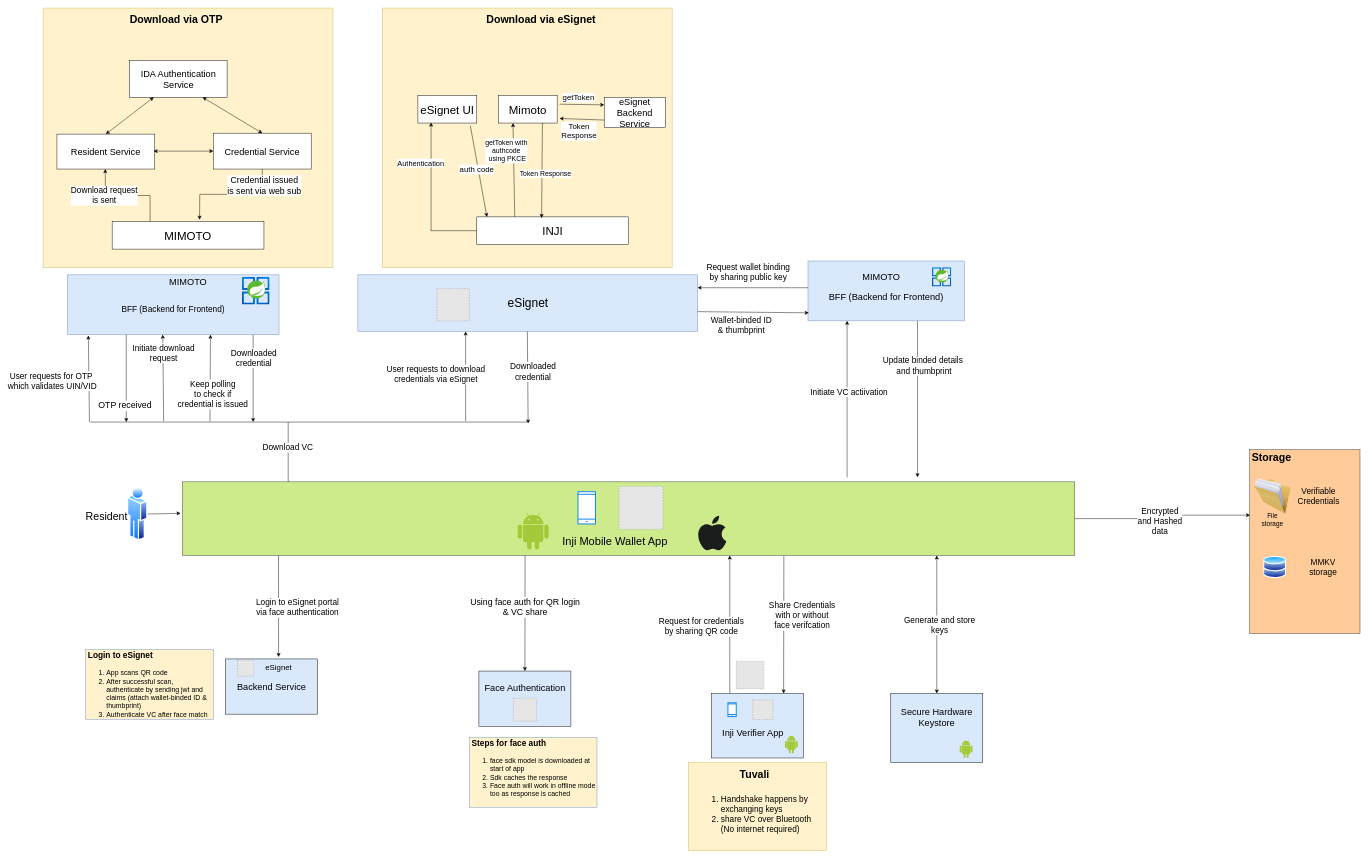
Before: docs/_images/Inji_Arch.drawio in mosip/documentation, a draw.io diagram. Source tidied: cells renumbered, new cells numbered last; positions are measured from the earlier drawing's top-left corner, leaving out a move shared by most shapes. Both pictures are drawn from the tidied source at 46%, with x=0, y=0 at pixel (43, 8). Pictures stored in the file or linked from it are replaced by grey dashed boxes.
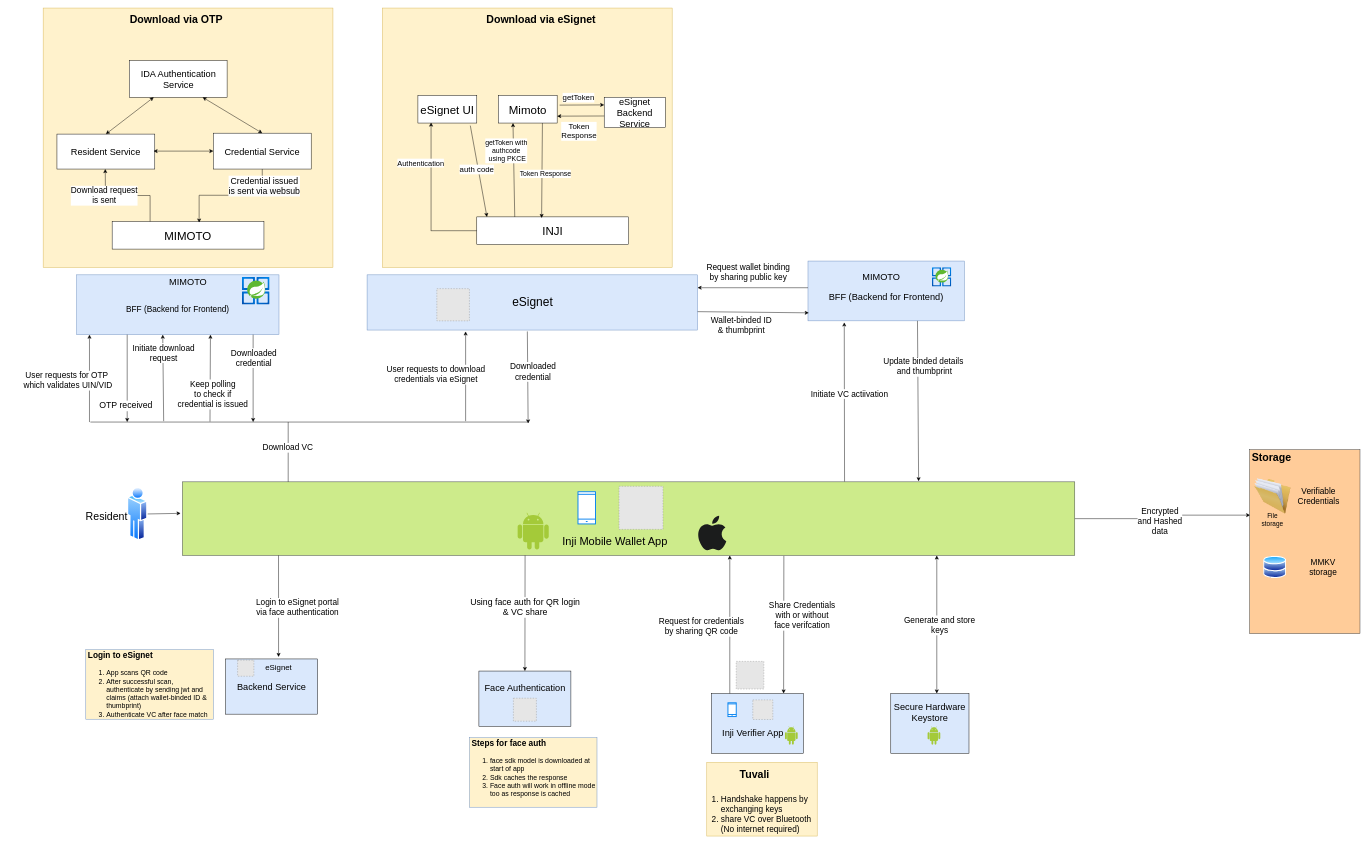
The same page after the edit.

Unchanged cells that the change refers to:
```xml
<mxCell id="4" style="rounded=0;whiteSpace=wrap;html=1;fillColor=#cdeb8b;strokeColor=#36393d;" parent="1" vertex="1">
  <mxGeometry x="303" y="1030" width="1940" height="160" as="geometry" />
</mxCell>
<mxCell id="26" value="&lt;font style=&quot;font-size: 20px;&quot;&gt;&lt;br&gt;BFF (Backend for Frontend)&lt;/font&gt;" style="rounded=0;whiteSpace=wrap;html=1;align=center;fillColor=#dae8fc;strokeColor=#6c8ebf;" parent="1" vertex="1">
  <mxGeometry x="1663" y="550" width="340" height="130" as="geometry" />
</mxCell>
<mxCell id="73" value="Mimoto" style="rounded=0;whiteSpace=wrap;html=1;fontSize=25;" parent="1" vertex="1">
  <mxGeometry x="989.7" y="190" width="128" height="60" as="geometry" />
</mxCell>
<mxCell id="74" value="eSignet Backend Service" style="rounded=0;whiteSpace=wrap;html=1;fontSize=20;" parent="1" vertex="1">
  <mxGeometry x="1220" y="194" width="133" height="66" as="geometry" />
</mxCell>
<mxCell id="88" value="&lt;font style=&quot;font-size: 20px;&quot;&gt;Credential Service&lt;/font&gt;" style="rounded=0;whiteSpace=wrap;html=1;align=center;" parent="1" vertex="1">
  <mxGeometry x="370.3" y="272" width="212.7" height="78" as="geometry" />
</mxCell>
<mxCell id="89" value="MIMOTO" style="rounded=0;whiteSpace=wrap;html=1;fontSize=25;" parent="1" vertex="1">
  <mxGeometry x="150.3" y="464" width="330" height="60" as="geometry" />
</mxCell>
```

Change to the diagram source:
```diff
@@
     <mxCell id="7" value="&lt;font style=&quot;font-size: 18px;&quot;&gt;&lt;br&gt;BFF (Backend for Frontend)&lt;/font&gt;" style="rounded=0;whiteSpace=wrap;html=1;align=center;fillColor=#dae8fc;strokeColor=#6c8ebf;" parent="1" vertex="1">
-      <mxGeometry x="53" y="580" width="460" height="130" as="geometry" />
+      <mxGeometry x="73" y="580" width="440" height="130" as="geometry" />
     </mxCell>
@@
     <mxCell id="9" value="&lt;span style=&quot;font-size: 26px;&quot;&gt;eSignet&lt;/span&gt;" style="rounded=0;whiteSpace=wrap;html=1;align=center;fillColor=#dae8fc;strokeColor=#6c8ebf;" parent="1" vertex="1">
-      <mxGeometry x="684.5" y="580" width="738.5" height="123" as="geometry" />
+      <mxGeometry x="704.5" y="580" width="718.5" height="120" as="geometry" />
     </mxCell>
@@
-    <mxCell id="16" style="endArrow=classic;html=1;rounded=0;entryX=0.099;entryY=1.015;entryDx=0;entryDy=0;entryPerimeter=0;" parent="1" edge="1" target="7">
+    <mxCell id="16" style="endArrow=classic;html=1;rounded=0;" parent="1" edge="1">
       <mxGeometry x="1" y="-534" relative="1" as="geometry">
         <mxPoint x="101" y="900" as="sourcePoint" />
+        <mxPoint x="101" y="710" as="targetPoint" />
         <mxPoint x="-92" y="-300" as="offset" />
       </mxGeometry>
     </mxCell>
     <mxCell id="17" value="User requests for OTP&amp;nbsp;&lt;br&gt;which validates&amp;nbsp;UIN/VID" style="edgeLabel;html=1;align=center;verticalAlign=middle;fontSize=18;" parent="16" vertex="1">
       <mxGeometry x="-0.04" relative="1" as="geometry">
-        <mxPoint x="-80" as="offset" />
+        <mxPoint x="-48" as="offset" />
       </mxGeometry>
     </mxCell>
@@
-    <mxCell id="28" style="endArrow=classic;html=1;rounded=0;entryX=0.25;entryY=1;entryDx=0;entryDy=0;" parent="1" edge="1" target="26">
+    <mxCell id="28" style="endArrow=classic;html=1;rounded=0;entryX=0.232;entryY=1.026;entryDx=0;entryDy=0;exitX=0.742;exitY=-0.004;exitDx=0;exitDy=0;exitPerimeter=0;entryPerimeter=0;" parent="1" edge="1" source="4" target="26">
       <mxGeometry x="1" y="-533" relative="1" as="geometry">
-        <mxPoint x="1748" y="1020" as="sourcePoint" />
         <mxPoint x="-91" y="-300" as="offset" />
       </mxGeometry>
     </mxCell>
@@
-    <mxCell id="33" value="&lt;font style=&quot;font-size: 18px;&quot;&gt;Update binded details&amp;nbsp;&lt;br style=&quot;border-color: var(--border-color);&quot;&gt;and thumbprint&lt;/font&gt;" style="endArrow=classic;html=1;rounded=0;" parent="1" edge="1">
+    <mxCell id="33" value="&lt;font style=&quot;font-size: 18px;&quot;&gt;Update binded details&amp;nbsp;&lt;br style=&quot;border-color: var(--border-color);&quot;&gt;and thumbprint&lt;/font&gt;" style="endArrow=classic;html=1;rounded=0;entryX=0.825;entryY=-0.008;entryDx=0;entryDy=0;entryPerimeter=0;" parent="1" edge="1" target="4">
       <mxGeometry x="-0.42" y="13" relative="1" as="geometry">
         <mxPoint x="1901" y="680" as="sourcePoint" />
-        <mxPoint x="1901" y="1020" as="targetPoint" />
         <mxPoint x="1" y="-1" as="offset" />
       </mxGeometry>
     </mxCell>
@@
     <mxCell id="37" style="rounded=0;whiteSpace=wrap;html=1;fillColor=#DAE8FC;" parent="1" vertex="1">
-      <mxGeometry x="1453" y="1490.3" width="200" height="140" as="geometry" />
+      <mxGeometry x="1453" y="1490.3" width="200" height="129.7" as="geometry" />
     </mxCell>
@@
     <mxCell id="51" style="dashed=0;html=1;align=center;labelPosition=center;verticalLabelPosition=bottom;verticalAlign=top;shape=mxgraph.weblogos.android;fillColor=#A4CA39;strokeColor=none;" parent="1" vertex="1">
-      <mxGeometry x="1613" y="1580.3" width="27.6" height="40" as="geometry" />
+      <mxGeometry x="1613" y="1561.3" width="27.6" height="40" as="geometry" />
     </mxCell>
@@
     <mxCell id="62" style="endArrow=classic;html=1;rounded=0;" parent="1" edge="1">
       <mxGeometry relative="1" as="geometry">
-        <mxPoint x="181" y="710" as="sourcePoint" />
-        <mxPoint x="181" y="900" as="targetPoint" />
+        <mxPoint x="183" y="710" as="sourcePoint" />
+        <mxPoint x="183" y="900" as="targetPoint" />
       </mxGeometry>
     </mxCell>
@@
     <mxCell id="80" style="endArrow=classic;html=1;rounded=0;entryX=0;entryY=0.25;entryDx=0;entryDy=0;" parent="1" edge="1" target="74">
       <mxGeometry relative="1" as="geometry">
-        <mxPoint x="1123" y="209" as="sourcePoint" />
+        <mxPoint x="1123" y="211" as="sourcePoint" />
       </mxGeometry>
     </mxCell>
-    <mxCell id="81" style="endArrow=classic;html=1;rounded=0;exitX=0;exitY=0.75;exitDx=0;exitDy=0;" parent="1" edge="1" source="74">
-      <mxGeometry relative="1" as="geometry">
-        <mxPoint x="1123" y="240" as="targetPoint" />
-      </mxGeometry>
+    <mxCell id="81" style="endArrow=classic;html=1;rounded=0;exitX=0;exitY=0.616;exitDx=0;exitDy=0;exitPerimeter=0;entryX=1;entryY=0.75;entryDx=0;entryDy=0;" parent="1" edge="1" source="74" target="73">
+      <mxGeometry relative="1" as="geometry" />
     </mxCell>
@@
-    <mxCell id="95" style="edgeStyle=orthogonalEdgeStyle;rounded=0;jettySize=auto;html=1;exitX=0.5;exitY=1;exitDx=0;exitDy=0;" parent="1" edge="1" source="88">
-      <mxGeometry relative="1" as="geometry">
-        <mxPoint x="340.3" y="460" as="targetPoint" />
-      </mxGeometry>
+    <mxCell id="95" style="edgeStyle=orthogonalEdgeStyle;rounded=0;jettySize=auto;html=1;exitX=0.5;exitY=1;exitDx=0;exitDy=0;entryX=0.573;entryY=0.039;entryDx=0;entryDy=0;entryPerimeter=0;" parent="1" edge="1" source="88" target="89">
+      <mxGeometry relative="1" as="geometry" />
     </mxCell>
-    <mxCell id="96" value="Credential issued&lt;br style=&quot;border-color: var(--border-color); font-size: 19px; background-color: rgb(251, 251, 251);&quot;&gt;&lt;span style=&quot;border-color: var(--border-color); font-size: 19px; background-color: rgb(251, 251, 251);&quot;&gt;is sent via web sub&lt;/span&gt;" style="edgeLabel;html=1;align=center;verticalAlign=middle;fontSize=19;" parent="95" vertex="1">
+    <mxCell id="96" value="Credential issued&lt;br style=&quot;border-color: var(--border-color); font-size: 19px; background-color: rgb(251, 251, 251);&quot;&gt;&lt;span style=&quot;border-color: var(--border-color); font-size: 19px; background-color: rgb(251, 251, 251);&quot;&gt;is sent via websub&lt;/span&gt;" style="edgeLabel;html=1;align=center;verticalAlign=middle;fontSize=19;" parent="95" vertex="1">
       <mxGeometry x="-0.7" y="4" relative="1" as="geometry">
         <mxPoint y="-1" as="offset" />
       </mxGeometry>
     </mxCell>
@@
     <mxCell id="104" value="&lt;font style=&quot;font-size: 20px;&quot;&gt;Secure Hardware &lt;br&gt;Keystore&lt;br&gt;&lt;br&gt;&lt;br&gt;&lt;/font&gt;" style="rounded=0;whiteSpace=wrap;html=1;align=center;fillColor=#DAE8FC;" parent="1" vertex="1">
-      <mxGeometry x="1843" y="1490.3" width="200" height="149.7" as="geometry" />
+      <mxGeometry x="1843" y="1490.3" width="170" height="129.7" as="geometry" />
     </mxCell>
@@
     <mxCell id="107" style="dashed=0;html=1;align=center;labelPosition=center;verticalLabelPosition=bottom;verticalAlign=top;shape=mxgraph.weblogos.android;fillColor=#A4CA39;strokeColor=none;" parent="1" vertex="1">
-      <mxGeometry x="1993" y="1590.3" width="27.6" height="40" as="geometry" />
+      <mxGeometry x="1923" y="1561.3" width="27.6" height="40" as="geometry" />
     </mxCell>
     <mxCell id="108" style="rounded=0;whiteSpace=wrap;html=1;fontSize=13;fillColor=#fff2cc;strokeColor=#d6b656;" parent="1" vertex="1">
-      <mxGeometry x="1402.6" y="1640" width="300.8" height="191.5" as="geometry" />
+      <mxGeometry x="1443" y="1640" width="240" height="160" as="geometry" />
     </mxCell>
```
